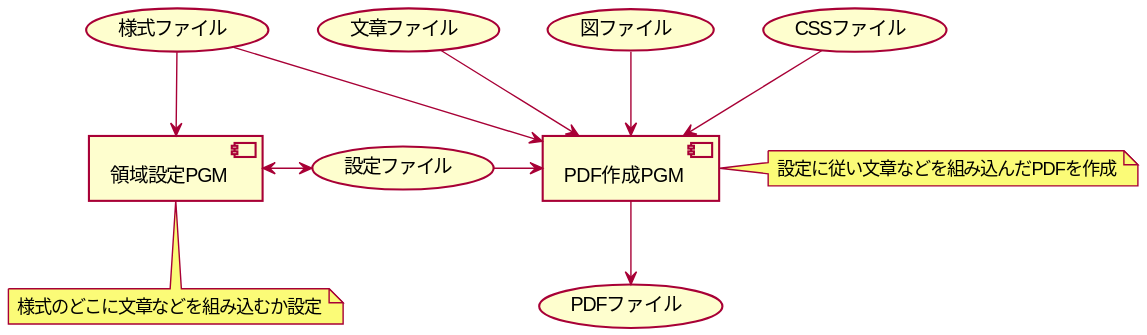
Earlier version of the PlantUML export fig/fig1.svg (HelicobacterPylori/makeRuledLineDoc).
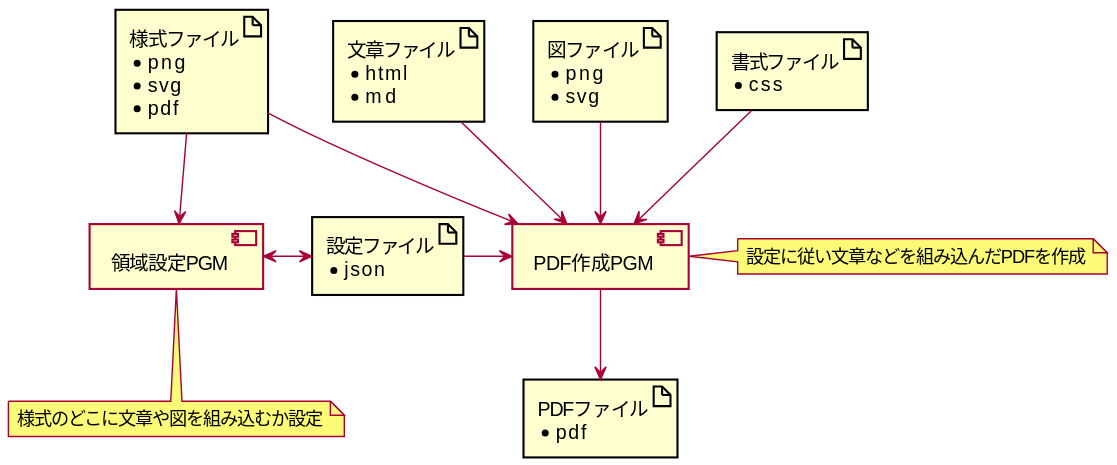
Later version of the same file.

The edit, as a diff of the source:
```diff
@@ -3,24 +3,51 @@
 skinparam classAttributeIconSize 0
 skinparam shadowing false
 
-[領域設定PGM] as pgm1
-note bottom of pgm1 : 様式のどこに文章などを組み込むか設定
+component "領域設定PGM" as pgm1
+note bottom of pgm1 : 様式のどこに文章や図を組み込むか設定
 
-[PDF作成PGM] as pgm2
+component "PDF作成PGM" as pgm2
 note right of pgm2 : 設定に従い文章などを組み込んだPDFを作成
 
-(様式ファイル) as form
-(設定ファイル) as ini
-(文章ファイル) as md
-(図ファイル) as img
-(CSSファイル) as css
-(PDFファイル) as pdf
+artifact form [
+様式ファイル
+* png
+* svg
+* pdf
+]
+
+artifact ini [
+設定ファイル
+* json
+]
+
+artifact doc [
+文章ファイル
+* html
+* md
+]
+
+artifact img [
+図ファイル
+* png
+* svg
+]
+
+artifact css [
+書式ファイル
+* css
+]
+
+artifact pdf [
+PDFファイル
+* pdf
+]
 
 form --> pgm1
 form --> pgm2
 pgm1 <-> ini
 ini -> pgm2
-md --> pgm2
+doc --> pgm2
 img --> pgm2
 css --> pgm2
 pgm2 --> pdf
```
